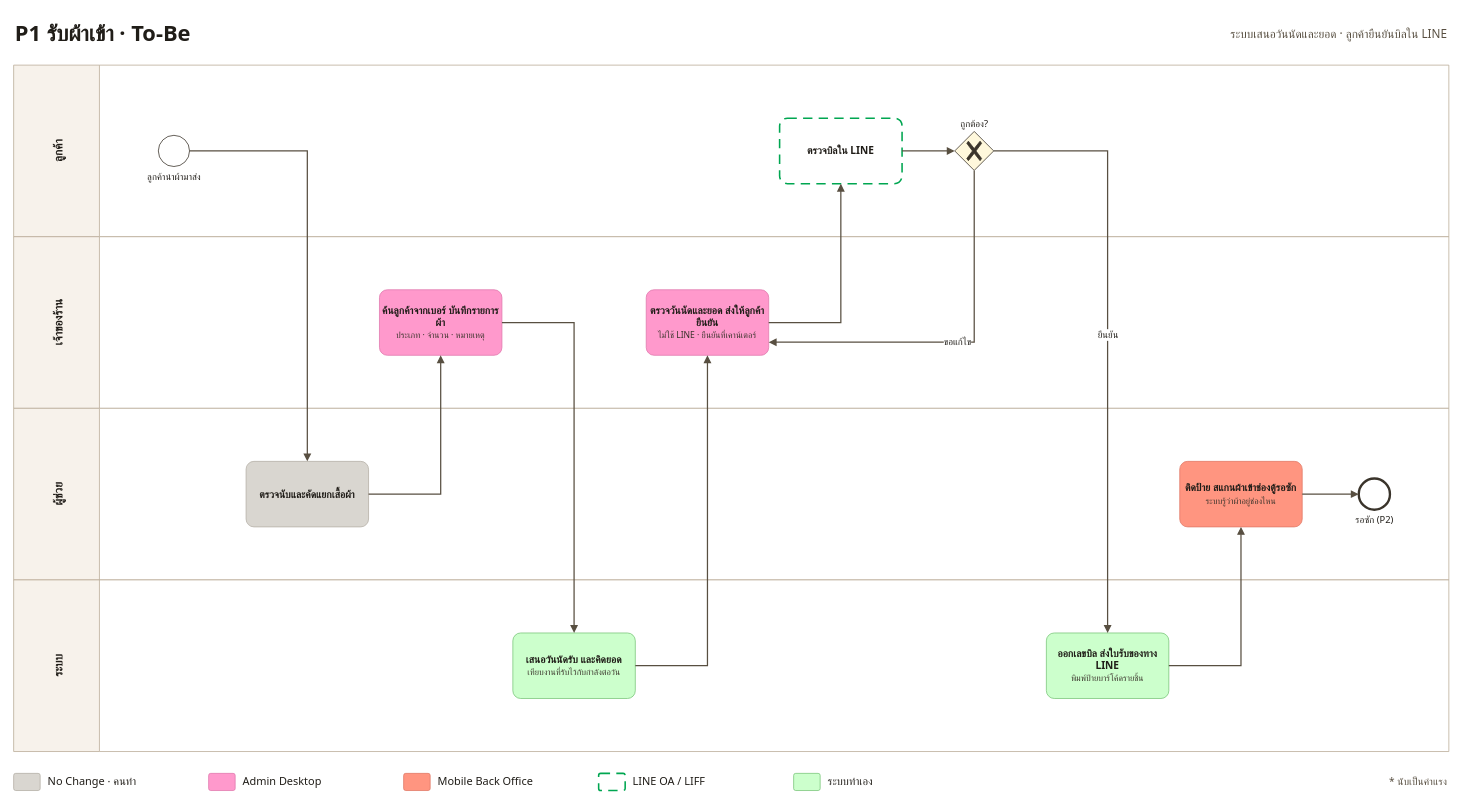
Earlier version of the draw.io diagram page "P1 รับผ้าเข้า · To-Be" (4 of 16) of docs/proposal/process-bpmn.drawio (peeranat45/sriborisud-laundry). Source tidied: cells renumbered, new cells numbered last; positions are measured from the earlier drawing's top-left corner, leaving out a move shared by most shapes. Both pictures are drawn from the tidied source at 78%, with x=0, y=0 at pixel (13, 13).
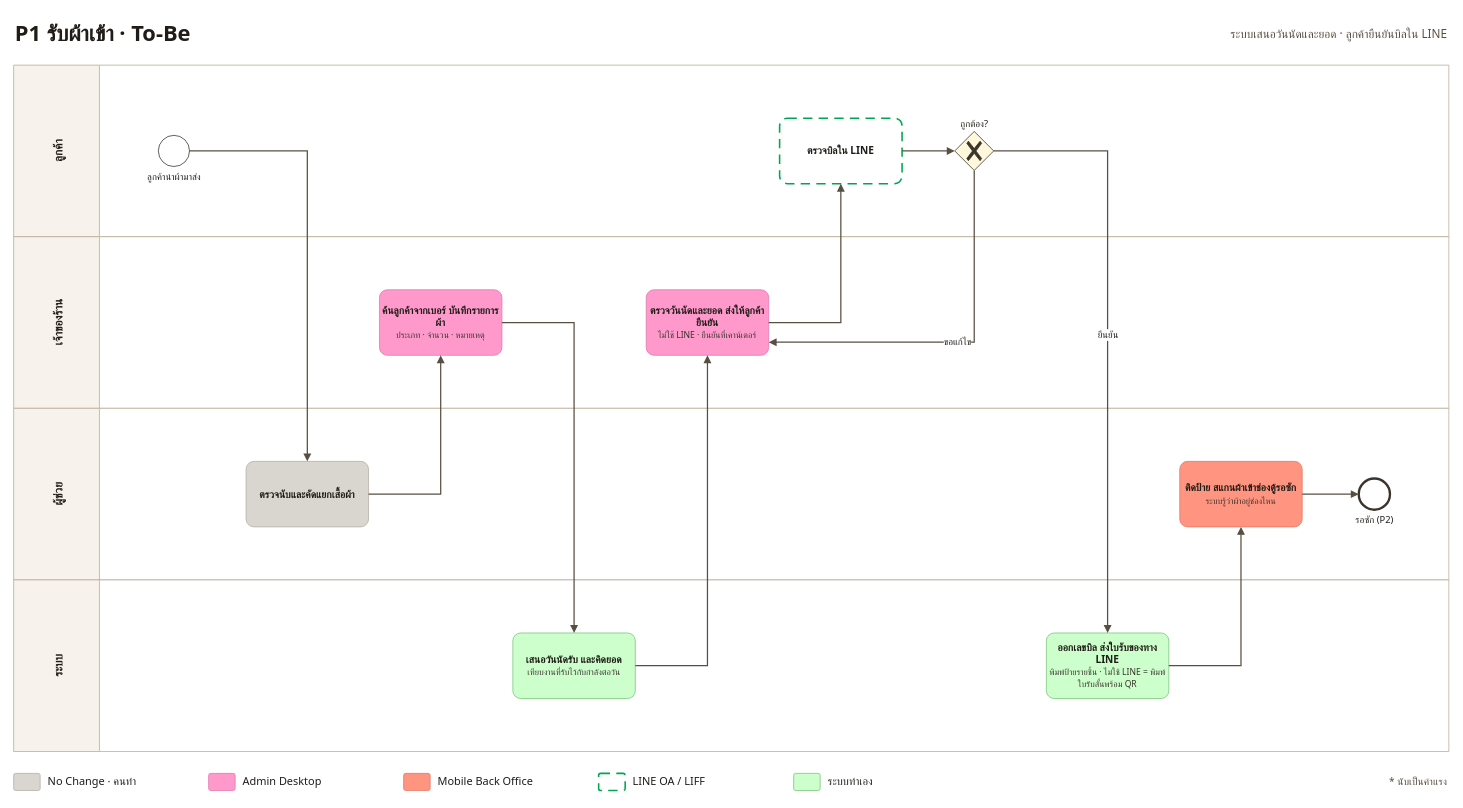
The same diagram, later.

Commit message (it also covers changes not shown here):
docs: ใบรับสั้นพร้อม QR สำหรับลูกค้าไม่ใช้ LINE · เพิ่ม backlog

Change to the diagram source:
```diff
@@
-    <mxCell id="15" value="&lt;b&gt;ออกเลขบิล ส่งใบรับของทาง LINE&lt;/b&gt;&lt;br&gt;&lt;font style='font-size:11px' color='#3A342B'&gt;พิมพ์ป้ายบาร์โค้ดรายชิ้น&lt;/font&gt;" style="fontFamily=Tahoma;html=1;whiteSpace=wrap;rounded=1;arcSize=12;fontSize=13;verticalAlign=middle;spacing=4;fontColor=light-dark(#201D18,#201D18);fillColor=light-dark(#CCFFCC,#CCFFCC);strokeColor=light-dark(#7BC67B,#7BC67B);" parent="1" vertex="1">
+    <mxCell id="15" value="&lt;b&gt;ออกเลขบิล ส่งใบรับของทาง LINE&lt;/b&gt;&lt;br&gt;&lt;font style='font-size:11px' color='#3A342B'&gt;พิมพ์ป้ายรายชิ้น · ไม่ใช้ LINE = พิมพ์ใบรับสั้นพร้อม QR&lt;/font&gt;" style="fontFamily=Tahoma;html=1;whiteSpace=wrap;rounded=1;arcSize=12;fontSize=13;verticalAlign=middle;spacing=4;fontColor=light-dark(#201D18,#201D18);fillColor=light-dark(#CCFFCC,#CCFFCC);strokeColor=light-dark(#7BC67B,#7BC67B);" parent="1" vertex="1">
       <mxGeometry x="1324" y="794" width="157" height="84" as="geometry" />
     </mxCell>
```
